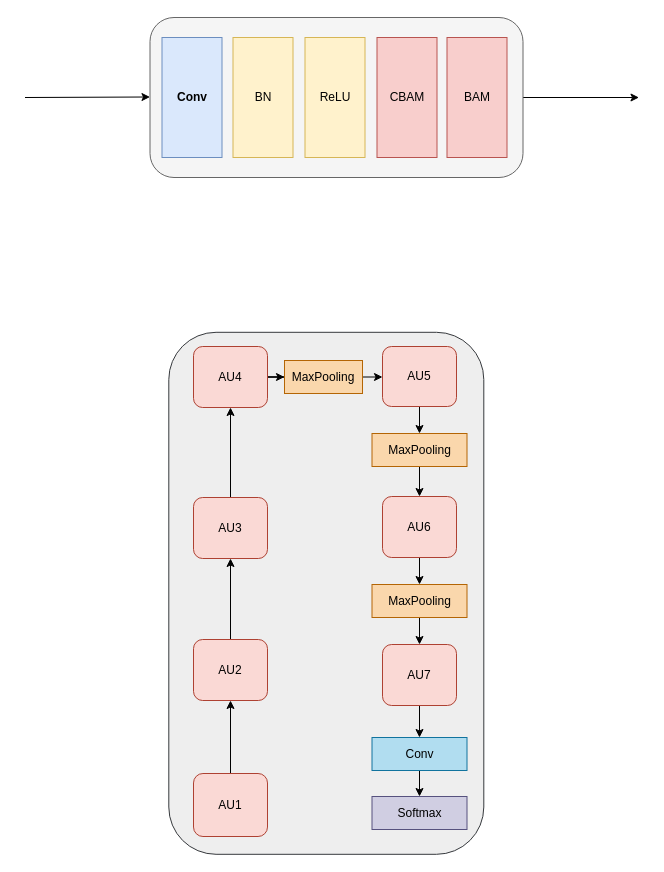
JMYok/wx_crossLearn keeps this draw.io diagram as cross-attention-unit.drawio. Above is the earlier version. Source tidied: cells renumbered, new cells numbered last; positions are measured from the earlier drawing's top-left corner, leaving out a move shared by most shapes. Both pictures are drawn from the tidied source at 100%, with x=0, y=0 at pixel (25, 17).
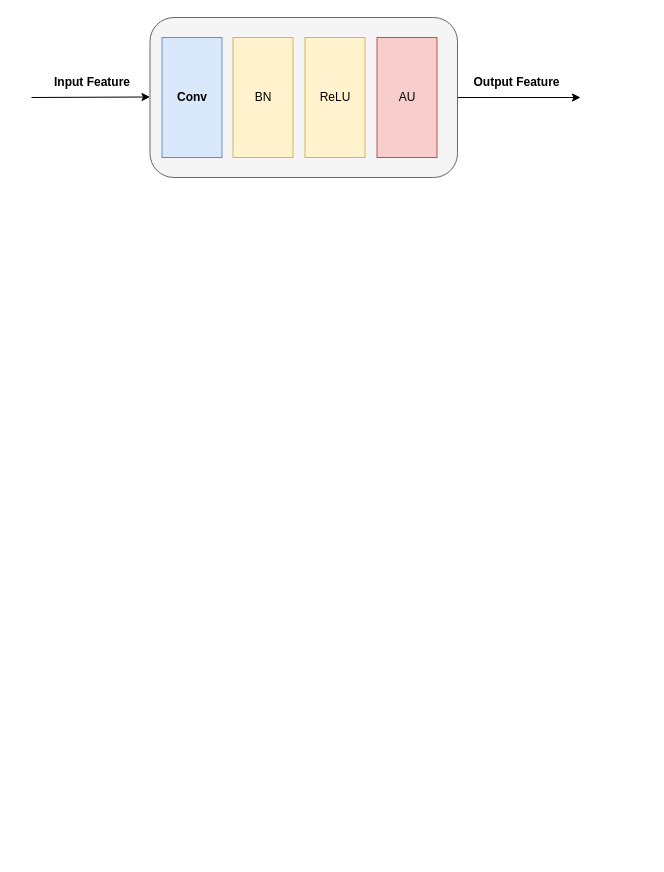
After the change.

Diff of the diagram source:
```diff
@@
-    <mxCell id="2" style="rounded=1;whiteSpace=wrap;html=1;rotation=90;fillColor=#eeeeee;strokeColor=#36393d;" parent="1" vertex="1">
-      <mxGeometry x="39.8" y="418.3" width="522" height="315" as="geometry" />
-    </mxCell>
     <mxCell id="3" style="edgeStyle=orthogonalEdgeStyle;rounded=0;jettySize=auto;html=1;" parent="1" edge="1" source="4">
       <mxGeometry relative="1" as="geometry">
-        <mxPoint x="613.5" y="80" as="targetPoint" />
+        <mxPoint x="555" y="80" as="targetPoint" />
       </mxGeometry>
     </mxCell>
     <mxCell id="4" style="rounded=1;whiteSpace=wrap;html=1;fillColor=#f5f5f5;fontColor=#333333;strokeColor=#666666;" parent="1" vertex="1">
-      <mxGeometry x="124.5" width="373" height="160" as="geometry" />
+      <mxGeometry x="124.5" width="307.5" height="160" as="geometry" />
     </mxCell>
     <mxCell id="5" style="endArrow=classic;html=1;rounded=0;" parent="1" edge="1">
       <mxGeometry relative="1" as="geometry">
-        <mxPoint x="-0.5" y="80" as="sourcePoint" />
+        <mxPoint x="6" y="80" as="sourcePoint" />
         <mxPoint x="124.5" y="79.5" as="targetPoint" />
       </mxGeometry>
     </mxCell>
@@
-    <mxCell id="9" value="CBAM" style="rounded=0;whiteSpace=wrap;html=1;rotation=90;flipV=0;flipH=0;horizontal=0;fillColor=#f8cecc;strokeColor=#b85450;" parent="1" vertex="1">
+    <mxCell id="9" value="AU" style="rounded=0;whiteSpace=wrap;html=1;rotation=90;flipV=0;flipH=0;horizontal=0;fillColor=#f8cecc;strokeColor=#b85450;" parent="1" vertex="1">
       <mxGeometry x="321.5" y="50" width="120" height="60" as="geometry" />
     </mxCell>
-    <mxCell id="10" value="BAM" style="rounded=0;whiteSpace=wrap;html=1;rotation=90;flipV=0;flipH=0;horizontal=0;fillColor=#f8cecc;strokeColor=#b85450;" parent="1" vertex="1">
-      <mxGeometry x="391.5" y="50" width="120" height="60" as="geometry" />
-    </mxCell>
-    <mxCell id="11" style="edgeStyle=orthogonalEdgeStyle;rounded=0;jettySize=auto;html=1;" parent="1" edge="1" source="12" target="14">
-      <mxGeometry relative="1" as="geometry" />
-    </mxCell>
-    <mxCell id="12" value="AU1" style="rounded=1;whiteSpace=wrap;html=1;fillColor=#fad9d5;strokeColor=#ae4132;" parent="1" vertex="1">
-      <mxGeometry x="168" y="756" width="74" height="63" as="geometry" />
-    </mxCell>
-    <mxCell id="13" style="edgeStyle=orthogonalEdgeStyle;rounded=0;jettySize=auto;html=1;" parent="1" edge="1" source="14" target="16">
-      <mxGeometry relative="1" as="geometry" />
-    </mxCell>
-    <mxCell id="14" value="AU2" style="rounded=1;whiteSpace=wrap;html=1;fillColor=#fad9d5;strokeColor=#ae4132;" parent="1" vertex="1">
-      <mxGeometry x="168" y="622" width="74" height="61" as="geometry" />
-    </mxCell>
-    <mxCell id="15" style="edgeStyle=orthogonalEdgeStyle;rounded=0;jettySize=auto;html=1;" parent="1" edge="1" source="16" target="18">
-      <mxGeometry relative="1" as="geometry" />
-    </mxCell>
-    <mxCell id="16" value="AU3" style="rounded=1;whiteSpace=wrap;html=1;fillColor=#fad9d5;strokeColor=#ae4132;" parent="1" vertex="1">
-      <mxGeometry x="168" y="480" width="74" height="61" as="geometry" />
-    </mxCell>
-    <mxCell id="17" style="edgeStyle=orthogonalEdgeStyle;rounded=0;jettySize=auto;html=1;" parent="1" edge="1" source="18" target="26">
-      <mxGeometry relative="1" as="geometry" />
-    </mxCell>
-    <mxCell id="18" value="AU4" style="rounded=1;whiteSpace=wrap;html=1;fillColor=#fad9d5;strokeColor=#ae4132;" parent="1" vertex="1">
-      <mxGeometry x="168" y="329" width="74" height="61" as="geometry" />
-    </mxCell>
-    <mxCell id="19" style="edgeStyle=orthogonalEdgeStyle;rounded=0;jettySize=auto;html=1;" parent="1" edge="1" source="20" target="32">
-      <mxGeometry relative="1" as="geometry" />
-    </mxCell>
-    <mxCell id="20" value="AU7" style="rounded=1;whiteSpace=wrap;html=1;fillColor=#fad9d5;strokeColor=#ae4132;" parent="1" vertex="1">
-      <mxGeometry x="357" y="627" width="74" height="61" as="geometry" />
-    </mxCell>
-    <mxCell id="21" style="edgeStyle=orthogonalEdgeStyle;rounded=0;jettySize=auto;html=1;" parent="1" edge="1" source="22" target="30">
-      <mxGeometry relative="1" as="geometry" />
-    </mxCell>
-    <mxCell id="22" value="AU6" style="rounded=1;whiteSpace=wrap;html=1;fillColor=#fad9d5;strokeColor=#ae4132;" parent="1" vertex="1">
-      <mxGeometry x="357" y="479" width="74" height="61" as="geometry" />
-    </mxCell>
-    <mxCell id="23" style="edgeStyle=orthogonalEdgeStyle;rounded=0;jettySize=auto;html=1;" parent="1" edge="1" source="24" target="28">
-      <mxGeometry relative="1" as="geometry" />
-    </mxCell>
-    <mxCell id="24" value="AU5" style="rounded=1;whiteSpace=wrap;html=1;fillColor=#fad9d5;strokeColor=#ae4132;" parent="1" vertex="1">
-      <mxGeometry x="357" y="329" width="74" height="60" as="geometry" />
-    </mxCell>
-    <mxCell id="25" style="edgeStyle=orthogonalEdgeStyle;rounded=0;jettySize=auto;html=1;" parent="1" edge="1" source="26" target="24">
-      <mxGeometry relative="1" as="geometry" />
-    </mxCell>
-    <mxCell id="26" value="MaxPooling" style="rounded=0;whiteSpace=wrap;html=1;fillColor=#fad7ac;strokeColor=#b46504;" parent="1" vertex="1">
-      <mxGeometry x="259" y="343" width="78" height="33" as="geometry" />
-    </mxCell>
-    <mxCell id="27" style="edgeStyle=orthogonalEdgeStyle;rounded=0;jettySize=auto;html=1;" parent="1" edge="1" source="28" target="22">
-      <mxGeometry relative="1" as="geometry" />
-    </mxCell>
-    <mxCell id="28" value="MaxPooling" style="rounded=0;whiteSpace=wrap;html=1;fillColor=#fad7ac;strokeColor=#b46504;" parent="1" vertex="1">
-      <mxGeometry x="346.5" y="416" width="95" height="33" as="geometry" />
-    </mxCell>
-    <mxCell id="29" style="edgeStyle=orthogonalEdgeStyle;rounded=0;jettySize=auto;html=1;" parent="1" edge="1" source="30" target="20">
-      <mxGeometry relative="1" as="geometry" />
-    </mxCell>
-    <mxCell id="30" value="MaxPooling" style="rounded=0;whiteSpace=wrap;html=1;fillColor=#fad7ac;strokeColor=#b46504;" parent="1" vertex="1">
-      <mxGeometry x="346.5" y="567" width="95" height="33" as="geometry" />
-    </mxCell>
-    <mxCell id="31" style="edgeStyle=orthogonalEdgeStyle;rounded=0;jettySize=auto;html=1;" parent="1" edge="1" source="32" target="33">
-      <mxGeometry relative="1" as="geometry" />
-    </mxCell>
-    <mxCell id="32" value="Conv" style="rounded=0;whiteSpace=wrap;html=1;fillColor=#b1ddf0;strokeColor=#10739e;" parent="1" vertex="1">
-      <mxGeometry x="346.5" y="720" width="95" height="33" as="geometry" />
-    </mxCell>
-    <mxCell id="33" value="Softmax" style="rounded=0;whiteSpace=wrap;html=1;fillColor=#d0cee2;strokeColor=#56517e;" parent="1" vertex="1">
-      <mxGeometry x="346.5" y="779" width="95" height="33" as="geometry" />
-    </mxCell>
+    <mxCell id="34" value="&lt;b&gt;Input Feature&lt;/b&gt;" style="text;html=1;align=center;verticalAlign=middle;whiteSpace=wrap;rounded=0;" parent="1" vertex="1">
+      <mxGeometry x="26.5" y="50" width="80" height="30" as="geometry" />
+    </mxCell>
+    <mxCell id="35" value="&lt;b&gt;Output Feature&lt;/b&gt;" style="text;html=1;align=center;verticalAlign=middle;whiteSpace=wrap;rounded=0;" parent="1" vertex="1">
+      <mxGeometry x="446" y="50" width="91" height="30" as="geometry" />
+    </mxCell>
```
